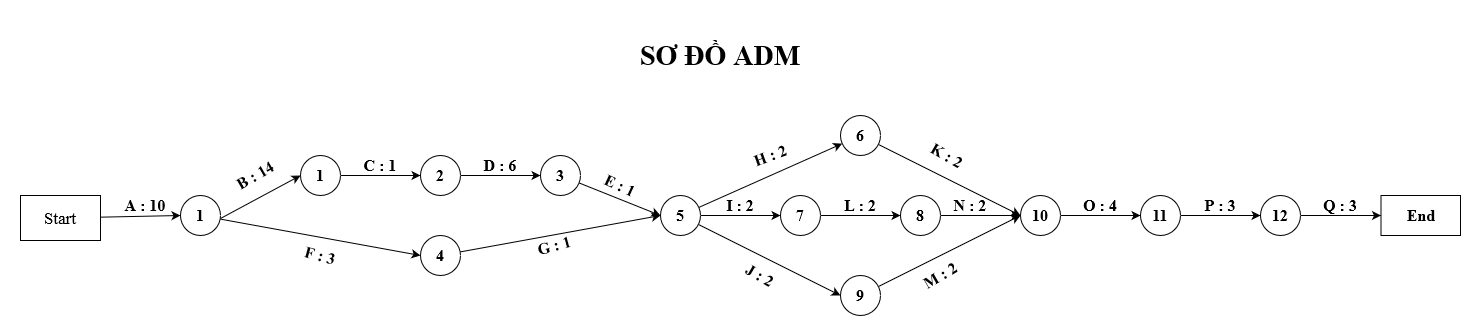
H2Q318/HQN-Team keeps this draw.io diagram as Documents/ADM_Chart.png. Above is the earlier version. Source tidied: cells renumbered, new cells last; positions are measured from the earlier drawing's top-left corner, leaving out a move shared by most shapes.
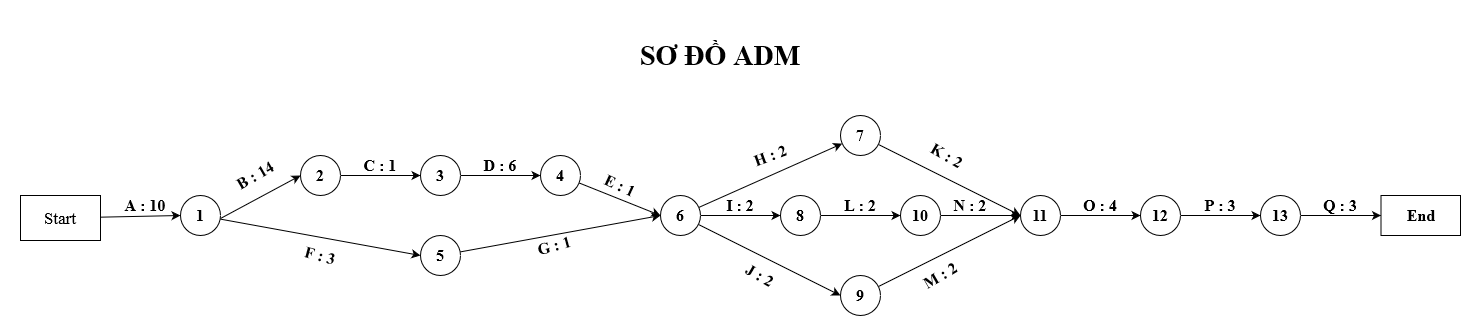
The same diagram one commit later.

The edit, as a diff of the source:
```diff
@@ -15,25 +15,25 @@
     <mxCell id="4" style="edgeStyle=none;rounded=0;jettySize=auto;html=1;entryX=0;entryY=0.5;entryDx=0;entryDy=0;fontFamily=Times New Roman;fontSize=16;fontStyle=1;" parent="1" edge="1" source="5" target="7">
       <mxGeometry relative="1" as="geometry" />
     </mxCell>
-    <mxCell id="5" value="1" style="ellipse;whiteSpace=wrap;html=1;fontFamily=Times New Roman;fontSize=16;fontStyle=1;" parent="1" vertex="1">
+    <mxCell id="5" value="2" style="ellipse;whiteSpace=wrap;html=1;fontFamily=Times New Roman;fontSize=16;fontStyle=1;" parent="1" vertex="1">
       <mxGeometry x="280" y="120" width="40" height="40" as="geometry" />
     </mxCell>
     <mxCell id="6" style="edgeStyle=none;rounded=0;jettySize=auto;html=1;entryX=0;entryY=0.5;entryDx=0;entryDy=0;fontFamily=Times New Roman;fontSize=16;fontStyle=1;" parent="1" edge="1" source="7" target="11">
       <mxGeometry relative="1" as="geometry" />
     </mxCell>
-    <mxCell id="7" value="2" style="ellipse;whiteSpace=wrap;html=1;fontFamily=Times New Roman;fontSize=16;fontStyle=1;" parent="1" vertex="1">
+    <mxCell id="7" value="3" style="ellipse;whiteSpace=wrap;html=1;fontFamily=Times New Roman;fontSize=16;fontStyle=1;" parent="1" vertex="1">
       <mxGeometry x="400" y="120" width="40" height="40" as="geometry" />
     </mxCell>
     <mxCell id="8" style="edgeStyle=none;rounded=0;jettySize=auto;html=1;entryX=0;entryY=0.5;entryDx=0;entryDy=0;fontFamily=Times New Roman;fontSize=16;fontStyle=1;" parent="1" edge="1" source="9" target="15">
       <mxGeometry relative="1" as="geometry" />
     </mxCell>
-    <mxCell id="9" value="4" style="ellipse;whiteSpace=wrap;html=1;fontFamily=Times New Roman;fontSize=16;fontStyle=1;" parent="1" vertex="1">
+    <mxCell id="9" value="5" style="ellipse;whiteSpace=wrap;html=1;fontFamily=Times New Roman;fontSize=16;fontStyle=1;" parent="1" vertex="1">
       <mxGeometry x="400" y="200" width="40" height="40" as="geometry" />
     </mxCell>
     <mxCell id="10" style="edgeStyle=none;rounded=0;jettySize=auto;html=1;entryX=0;entryY=0.5;entryDx=0;entryDy=0;fontFamily=Times New Roman;fontSize=16;fontStyle=1;" parent="1" edge="1" source="11" target="15">
       <mxGeometry relative="1" as="geometry" />
     </mxCell>
-    <mxCell id="11" value="3" style="ellipse;whiteSpace=wrap;html=1;fontFamily=Times New Roman;fontSize=16;fontStyle=1;" parent="1" vertex="1">
+    <mxCell id="11" value="4" style="ellipse;whiteSpace=wrap;html=1;fontFamily=Times New Roman;fontSize=16;fontStyle=1;" parent="1" vertex="1">
       <mxGeometry x="520" y="120" width="40" height="40" as="geometry" />
     </mxCell>
     <mxCell id="12" style="edgeStyle=none;rounded=0;jettySize=auto;html=1;fontFamily=Times New Roman;fontSize=16;fontStyle=1;" parent="1" edge="1" source="15" target="17">
@@ -45,19 +45,19 @@
     <mxCell id="14" style="edgeStyle=none;rounded=0;jettySize=auto;html=1;entryX=0;entryY=0.5;entryDx=0;entryDy=0;fontFamily=Times New Roman;fontSize=16;fontStyle=1;" parent="1" edge="1" source="15" target="23">
       <mxGeometry relative="1" as="geometry" />
     </mxCell>
-    <mxCell id="15" value="5" style="ellipse;whiteSpace=wrap;html=1;fontFamily=Times New Roman;fontSize=16;fontStyle=1;" parent="1" vertex="1">
+    <mxCell id="15" value="6" style="ellipse;whiteSpace=wrap;html=1;fontFamily=Times New Roman;fontSize=16;fontStyle=1;" parent="1" vertex="1">
       <mxGeometry x="640" y="160" width="40" height="40" as="geometry" />
     </mxCell>
     <mxCell id="16" style="edgeStyle=none;rounded=0;jettySize=auto;html=1;entryX=0;entryY=0.5;entryDx=0;entryDy=0;fontFamily=Times New Roman;fontSize=16;fontStyle=1;" parent="1" edge="1" source="17" target="25">
       <mxGeometry relative="1" as="geometry" />
     </mxCell>
-    <mxCell id="17" value="6" style="ellipse;whiteSpace=wrap;html=1;fontFamily=Times New Roman;fontSize=16;fontStyle=1;" parent="1" vertex="1">
+    <mxCell id="17" value="7" style="ellipse;whiteSpace=wrap;html=1;fontFamily=Times New Roman;fontSize=16;fontStyle=1;" parent="1" vertex="1">
       <mxGeometry x="820" y="80" width="40" height="40" as="geometry" />
     </mxCell>
     <mxCell id="18" style="edgeStyle=none;rounded=0;jettySize=auto;html=1;entryX=0;entryY=0.5;entryDx=0;entryDy=0;fontFamily=Times New Roman;fontSize=16;fontStyle=1;" parent="1" edge="1" source="19" target="21">
       <mxGeometry relative="1" as="geometry" />
     </mxCell>
-    <mxCell id="19" value="7" style="ellipse;whiteSpace=wrap;html=1;fontFamily=Times New Roman;fontSize=16;fontStyle=1;" parent="1" vertex="1">
+    <mxCell id="19" value="8" style="ellipse;whiteSpace=wrap;html=1;fontFamily=Times New Roman;fontSize=16;fontStyle=1;" parent="1" vertex="1">
       <mxGeometry x="760" y="160" width="40" height="40" as="geometry" />
     </mxCell>
     <mxCell id="20" style="edgeStyle=none;rounded=0;jettySize=auto;html=1;fontFamily=Times New Roman;fontSize=16;fontStyle=1;" parent="1" edge="1" source="21">
@@ -65,7 +65,7 @@
         <mxPoint x="1000" y="180" as="targetPoint" />
       </mxGeometry>
     </mxCell>
-    <mxCell id="21" value="8" style="ellipse;whiteSpace=wrap;html=1;fontFamily=Times New Roman;fontSize=16;fontStyle=1;" parent="1" vertex="1">
+    <mxCell id="21" value="10" style="ellipse;whiteSpace=wrap;html=1;fontFamily=Times New Roman;fontSize=16;fontStyle=1;" parent="1" vertex="1">
       <mxGeometry x="880" y="160" width="40" height="40" as="geometry" />
     </mxCell>
     <mxCell id="22" style="edgeStyle=none;rounded=0;jettySize=auto;html=1;entryX=0;entryY=0.5;entryDx=0;entryDy=0;fontFamily=Times New Roman;fontSize=16;fontStyle=1;" parent="1" edge="1" source="23" target="25">
@@ -77,13 +77,13 @@
     <mxCell id="24" style="edgeStyle=none;rounded=0;jettySize=auto;html=1;entryX=0;entryY=0.5;entryDx=0;entryDy=0;fontFamily=Times New Roman;fontSize=16;fontStyle=1;" parent="1" edge="1" source="25" target="27">
       <mxGeometry relative="1" as="geometry" />
     </mxCell>
-    <mxCell id="25" value="10" style="ellipse;whiteSpace=wrap;html=1;fontFamily=Times New Roman;fontSize=16;fontStyle=1;" parent="1" vertex="1">
+    <mxCell id="25" value="11" style="ellipse;whiteSpace=wrap;html=1;fontFamily=Times New Roman;fontSize=16;fontStyle=1;" parent="1" vertex="1">
       <mxGeometry x="1000" y="160" width="40" height="40" as="geometry" />
     </mxCell>
     <mxCell id="26" style="edgeStyle=none;rounded=0;jettySize=auto;html=1;entryX=0;entryY=0.5;entryDx=0;entryDy=0;fontFamily=Times New Roman;fontSize=16;fontStyle=1;" parent="1" edge="1" source="27" target="29">
       <mxGeometry relative="1" as="geometry" />
     </mxCell>
-    <mxCell id="27" value="11" style="ellipse;whiteSpace=wrap;html=1;fontFamily=Times New Roman;fontSize=16;fontStyle=1;" parent="1" vertex="1">
+    <mxCell id="27" value="12" style="ellipse;whiteSpace=wrap;html=1;fontFamily=Times New Roman;fontSize=16;fontStyle=1;" parent="1" vertex="1">
       <mxGeometry x="1120" y="160" width="40" height="40" as="geometry" />
     </mxCell>
     <mxCell id="28" style="edgeStyle=none;rounded=0;jettySize=auto;html=1;entryX=0;entryY=0.5;entryDx=0;entryDy=0;fontFamily=Times New Roman;fontSize=16;fontStyle=1;" parent="1" edge="1" source="29">
@@ -91,7 +91,7 @@
         <mxPoint x="1360.5" y="180" as="targetPoint" />
       </mxGeometry>
     </mxCell>
-    <mxCell id="29" value="12" style="ellipse;whiteSpace=wrap;html=1;fontFamily=Times New Roman;fontSize=16;fontStyle=1;" parent="1" vertex="1">
+    <mxCell id="29" value="13" style="ellipse;whiteSpace=wrap;html=1;fontFamily=Times New Roman;fontSize=16;fontStyle=1;" parent="1" vertex="1">
       <mxGeometry x="1240" y="160" width="40" height="40" as="geometry" />
     </mxCell>
     <mxCell id="30" value="B : 14" style="text;html=1;strokeColor=none;fillColor=none;align=center;verticalAlign=middle;whiteSpace=wrap;rounded=0;rotation=-30;fontFamily=Times New Roman;fontSize=16;fontStyle=1;" parent="1" vertex="1">
```
